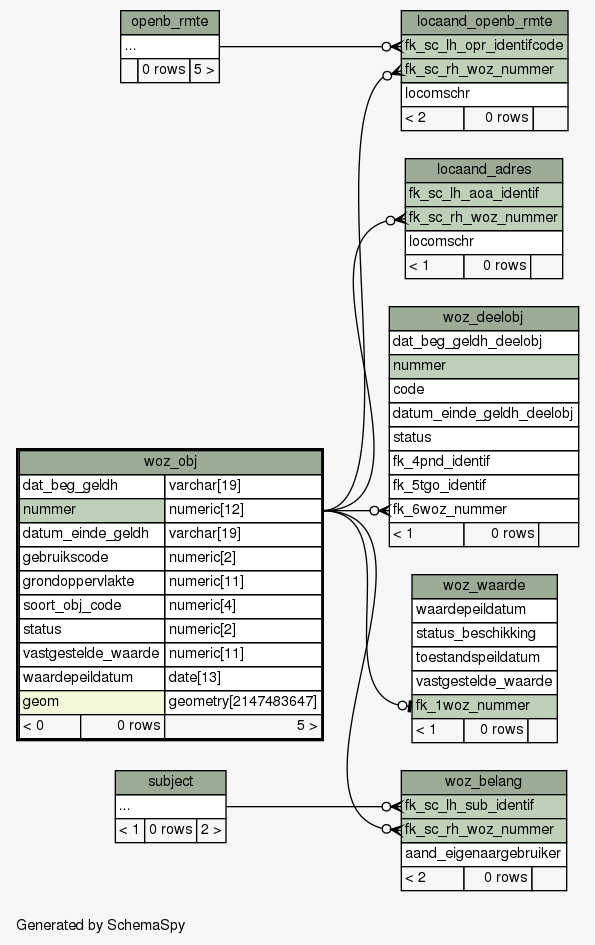
This is datamodel/schemaspy/diagrams/woz_obj.2degrees.png from B3Partners/brmo, a Graphviz export, as it was before one commit. Its source is kept beside it as datamodel/schemaspy/diagrams/woz_obj.2degrees.dot.
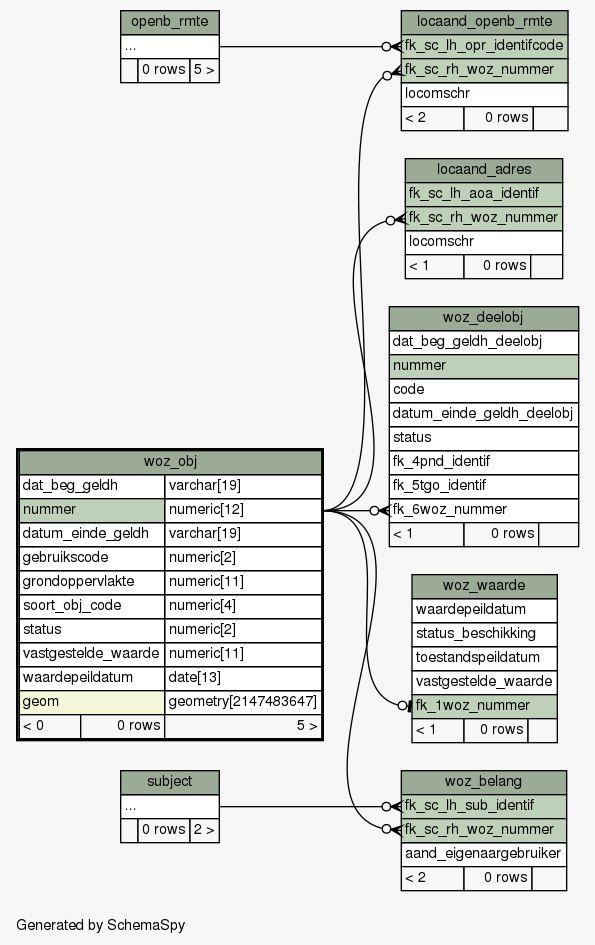
Above is the later version.

Change to the diagram source:
```diff
@@ -63,7 +63,7 @@
     <TABLE BORDER="0" CELLBORDER="1" CELLSPACING="0" BGCOLOR="#ffffff">
       <TR><TD COLSPAN="3" BGCOLOR="#9bab96" ALIGN="CENTER">subject</TD></TR>
       <TR><TD PORT="elipses" COLSPAN="3" ALIGN="LEFT">...</TD></TR>
-      <TR><TD ALIGN="LEFT" BGCOLOR="#f7f7f7">&lt; 1</TD><TD ALIGN="RIGHT" BGCOLOR="#f7f7f7">0 rows</TD><TD ALIGN="RIGHT" BGCOLOR="#f7f7f7">2 &gt;</TD></TR>
+      <TR><TD ALIGN="LEFT" BGCOLOR="#f7f7f7">  </TD><TD ALIGN="RIGHT" BGCOLOR="#f7f7f7">0 rows</TD><TD ALIGN="RIGHT" BGCOLOR="#f7f7f7">2 &gt;</TD></TR>
     </TABLE>>
     URL="subject.html"
     tooltip="subject"
```
